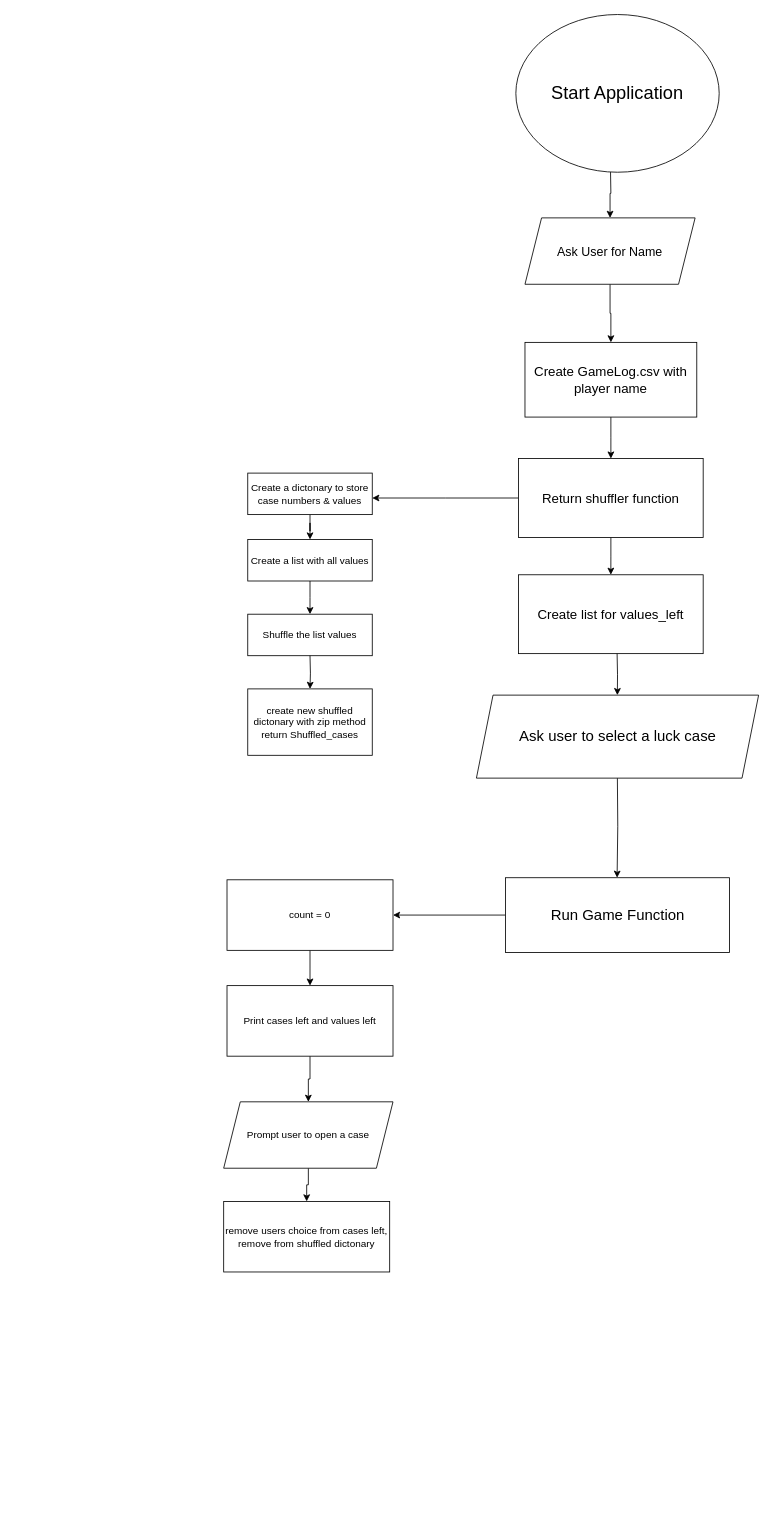
The draw.io diagram flowchart/DealornoDeal2.0.drawio in BenDavies1218/Terminal_Application, before the edit. Source tidied: cells renumbered, new cells numbered last; positions are measured from the earlier drawing's top-left corner, leaving out a move shared by most shapes. Both pictures are drawn from the tidied source at 83%, with x=0, y=0 at pixel (223, 14).
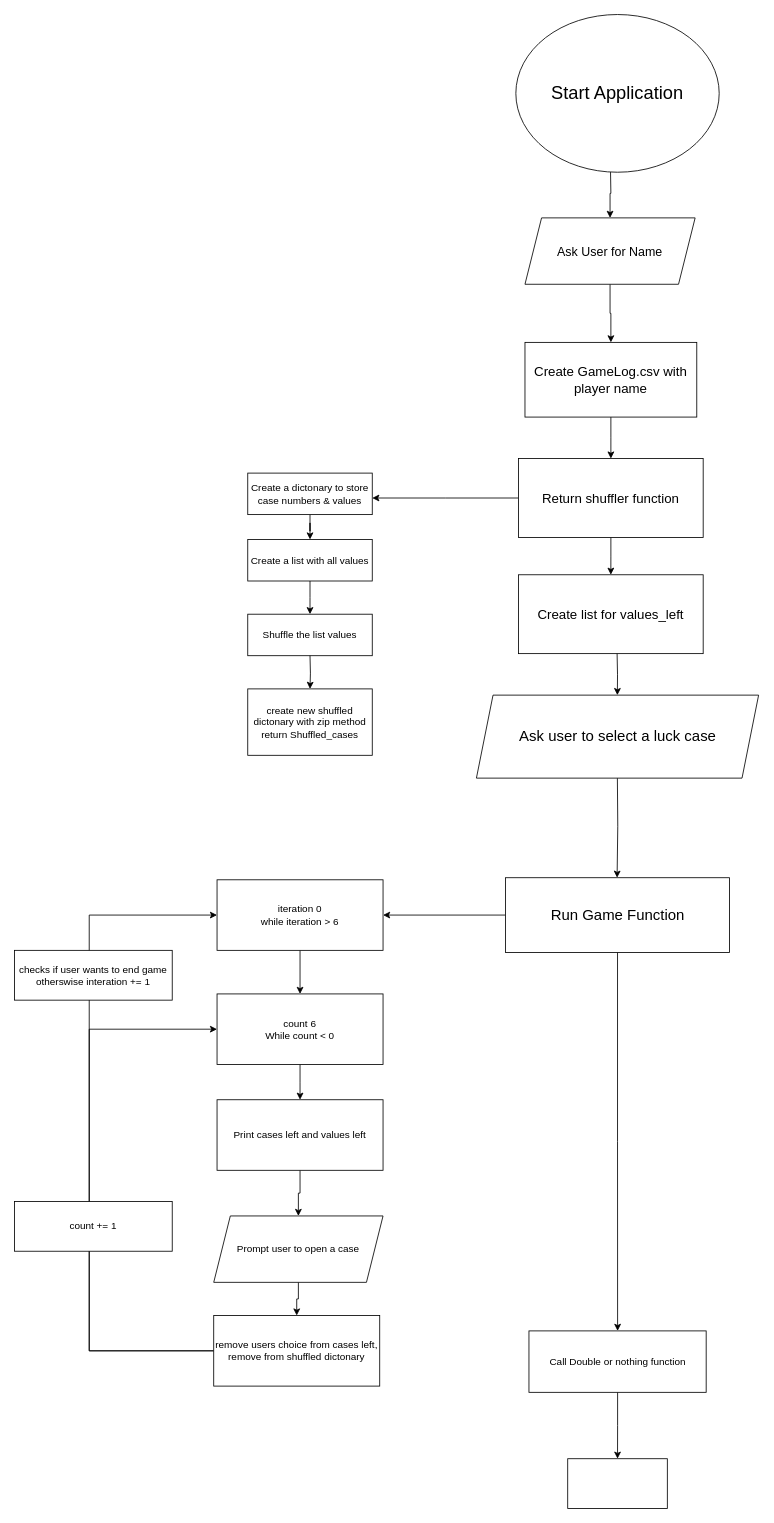
The same page after the edit.

The change refers to these unchanged cells:
```xml
<mxCell id="22" value="&lt;font style=&quot;font-size: 18px;&quot;&gt;Run Game Function&lt;/font&gt;" style="rounded=0;whiteSpace=wrap;html=1;" parent="1" vertex="1">
  <mxGeometry x="339.5" y="1040" width="270" height="90" as="geometry" />
</mxCell>
```

The edit, as a diff of the source:
```diff
@@
-    <mxCell id="21" style="edgeStyle=orthogonalEdgeStyle;rounded=0;jettySize=auto;html=1;" parent="1" edge="1" source="22" target="24">
+    <mxCell id="21" style="edgeStyle=orthogonalEdgeStyle;rounded=0;jettySize=auto;html=1;exitX=0.5;exitY=1;exitDx=0;exitDy=0;" parent="1" edge="1" source="36" target="24">
       <mxGeometry relative="1" as="geometry" />
     </mxCell>
+    <mxCell id="32" style="edgeStyle=orthogonalEdgeStyle;rounded=0;jettySize=auto;html=1;entryX=1;entryY=0.5;entryDx=0;entryDy=0;" parent="1" edge="1" source="22" target="36">
+      <mxGeometry relative="1" as="geometry" />
+    </mxCell>
+    <mxCell id="33" style="edgeStyle=orthogonalEdgeStyle;rounded=0;jettySize=auto;html=1;" parent="1" edge="1" source="22" target="40">
+      <mxGeometry relative="1" as="geometry" />
+    </mxCell>
@@
     <mxCell id="23" style="edgeStyle=orthogonalEdgeStyle;rounded=0;jettySize=auto;html=1;" parent="1" edge="1" source="24">
       <mxGeometry relative="1" as="geometry">
-        <mxPoint x="104" y="1170" as="targetPoint" />
+        <mxPoint x="92" y="1307.5" as="targetPoint" />
       </mxGeometry>
     </mxCell>
-    <mxCell id="24" value="count = 0" style="rounded=0;whiteSpace=wrap;html=1;" parent="1" vertex="1">
-      <mxGeometry x="4" y="1042.5" width="200" height="85" as="geometry" />
+    <mxCell id="24" value="count 6&lt;br&gt;While count &amp;lt; 0" style="rounded=0;whiteSpace=wrap;html=1;" parent="1" vertex="1">
+      <mxGeometry x="-8" y="1180" width="200" height="85" as="geometry" />
     </mxCell>
@@
+    <mxCell id="34" style="edgeStyle=orthogonalEdgeStyle;rounded=0;jettySize=auto;html=1;entryX=0;entryY=0.5;entryDx=0;entryDy=0;" parent="1" edge="1" source="27" target="24">
+      <mxGeometry relative="1" as="geometry">
+        <Array as="points">
+          <mxPoint x="-162" y="1610" />
+          <mxPoint x="-162" y="1223" />
+        </Array>
+      </mxGeometry>
+    </mxCell>
+    <mxCell id="35" style="edgeStyle=orthogonalEdgeStyle;rounded=0;jettySize=auto;html=1;entryX=0;entryY=0.5;entryDx=0;entryDy=0;" parent="1" edge="1" source="27" target="36">
+      <mxGeometry relative="1" as="geometry">
+        <Array as="points">
+          <mxPoint x="-162" y="1610" />
+          <mxPoint x="-162" y="1085" />
+        </Array>
+      </mxGeometry>
+    </mxCell>
     <mxCell id="27" value="remove users choice from cases left, remove from shuffled dictonary" style="rounded=0;whiteSpace=wrap;html=1;" parent="1" vertex="1">
-      <mxGeometry y="1430" width="200" height="85" as="geometry" />
+      <mxGeometry x="-12" y="1567.5" width="200" height="85" as="geometry" />
     </mxCell>
@@
     <mxCell id="29" value="Prompt user to open a case" style="shape=parallelogram;perimeter=parallelogramPerimeter;whiteSpace=wrap;html=1;fixedSize=1;" parent="1" vertex="1">
-      <mxGeometry y="1310" width="204" height="80" as="geometry" />
+      <mxGeometry x="-12" y="1447.5" width="204" height="80" as="geometry" />
     </mxCell>
@@
     <mxCell id="31" value="Print cases left and values left" style="rounded=0;whiteSpace=wrap;html=1;" parent="1" vertex="1">
-      <mxGeometry x="4" y="1170" width="200" height="85" as="geometry" />
+      <mxGeometry x="-8" y="1307.5" width="200" height="85" as="geometry" />
     </mxCell>
+    <mxCell id="36" value="iteration 0&lt;br&gt;while iteration &amp;gt; 6" style="rounded=0;whiteSpace=wrap;html=1;" parent="1" vertex="1">
+      <mxGeometry x="-8" y="1042.5" width="200" height="85" as="geometry" />
+    </mxCell>
+    <mxCell id="37" value="count += 1&lt;br&gt;" style="rounded=0;whiteSpace=wrap;html=1;" parent="1" vertex="1">
+      <mxGeometry x="-252" y="1430" width="190" height="60" as="geometry" />
+    </mxCell>
+    <mxCell id="38" value="checks if user wants to end game&lt;br&gt;otherswise interation += 1" style="rounded=0;whiteSpace=wrap;html=1;" parent="1" vertex="1">
+      <mxGeometry x="-252" y="1127.5" width="190" height="60" as="geometry" />
+    </mxCell>
+    <mxCell id="39" style="edgeStyle=orthogonalEdgeStyle;rounded=0;jettySize=auto;html=1;" parent="1" edge="1" source="40" target="41">
+      <mxGeometry relative="1" as="geometry" />
+    </mxCell>
+    <mxCell id="40" value="Call Double or nothing function" style="rounded=0;whiteSpace=wrap;html=1;" parent="1" vertex="1">
+      <mxGeometry x="367.8" y="1586" width="213.5" height="74" as="geometry" />
+    </mxCell>
+    <mxCell id="41" style="rounded=0;whiteSpace=wrap;html=1;" parent="1" vertex="1">
+      <mxGeometry x="414.5" y="1740" width="120" height="60" as="geometry" />
+    </mxCell>
```
